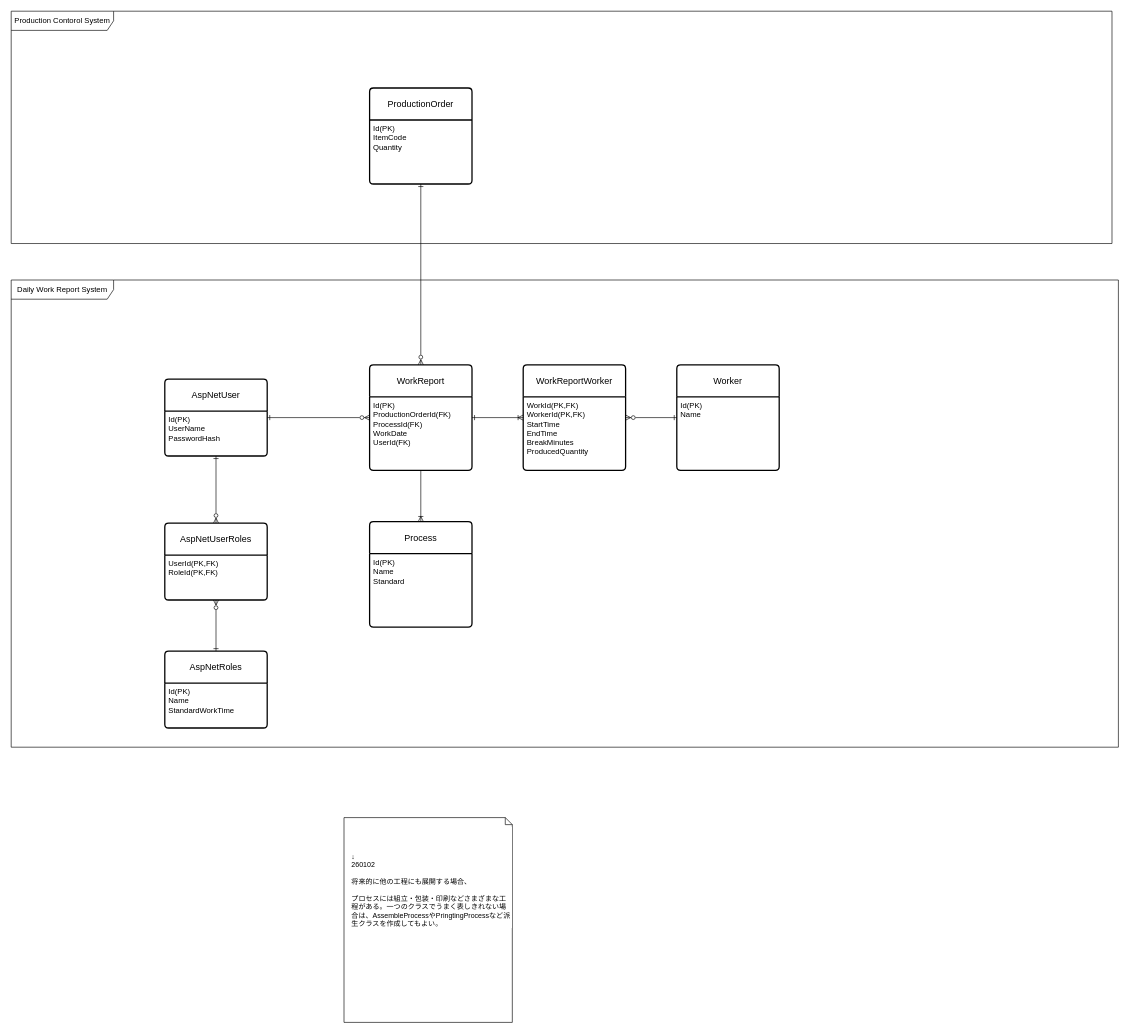
Earlier version of the draw.io diagram docs/er.drawio (junyatanak/work-report-system). Source tidied: cells renumbered, new cells numbered last; positions are measured from the earlier drawing's top-left corner, leaving out a move shared by most shapes. Both pictures are drawn from the tidied source at 64%, with x=0, y=0 at pixel (11, 11).
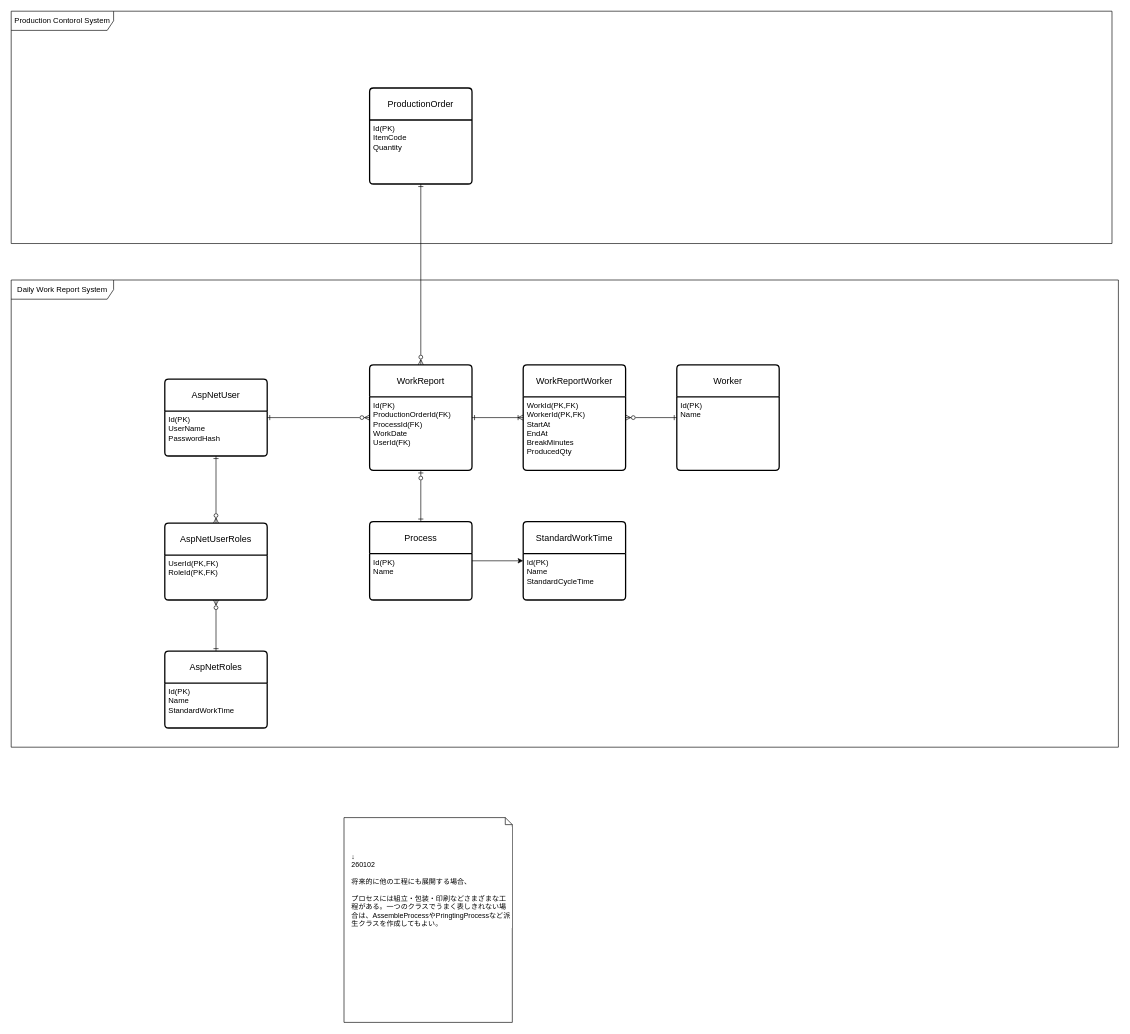
The same diagram, later.

Commit message (it also covers changes not shown here):
editing er diagram and revising Entity Classes

Unchanged cells that the change refers to:
```xml
<mxCell id="2" value="Daily Work Report System" style="shape=umlFrame;whiteSpace=wrap;html=1;width=160;" parent="1" vertex="1">
  <mxGeometry y="420" width="1730" height="730" as="geometry" />
</mxCell>
<mxCell id="14" value="WorkReport" style="swimlane;horizontal=1;startSize=50;rounded=1;fontSize=14;fontStyle=0;strokeWidth=2;shadow=0;dashed=0;align=center;arcSize=4;whiteSpace=wrap;html=1;" parent="2" vertex="1">
  <mxGeometry x="560" y="132.5" width="160" height="165" as="geometry" />
</mxCell>
<mxCell id="17" value="WorkReportWorker" style="swimlane;horizontal=1;startSize=50;rounded=1;fontSize=14;fontStyle=0;strokeWidth=2;shadow=0;dashed=0;align=center;arcSize=4;whiteSpace=wrap;html=1;" parent="2" vertex="1">
  <mxGeometry x="800" y="132.5" width="160" height="165" as="geometry" />
</mxCell>
```

Diff of the diagram source:
```diff
@@
-    <mxCell id="13" style="edgeStyle=none;shape=connector;rounded=1;html=1;strokeColor=default;align=center;verticalAlign=middle;fontFamily=Helvetica;fontSize=11;fontColor=default;labelBackgroundColor=default;endArrow=ERoneToMany;endFill=0;" parent="2" edge="1" source="14" target="21">
+    <mxCell id="13" style="edgeStyle=none;shape=connector;rounded=1;html=1;strokeColor=default;align=center;verticalAlign=middle;fontFamily=Helvetica;fontSize=11;fontColor=default;labelBackgroundColor=default;endArrow=ERone;endFill=0;startArrow=ERzeroToOne;startFill=0;" parent="2" edge="1" source="14" target="21">
       <mxGeometry relative="1" as="geometry" />
     </mxCell>
@@
-    <mxCell id="18" value="WorkId(PK,FK)&lt;div&gt;&lt;font color=&quot;#000000&quot;&gt;WorkerId(PK,FK)&lt;/font&gt;&lt;/div&gt;&lt;div&gt;&lt;font color=&quot;#000000&quot;&gt;StartTime&lt;/font&gt;&lt;/div&gt;&lt;div&gt;&lt;font color=&quot;#000000&quot;&gt;EndTime&lt;/font&gt;&lt;/div&gt;&lt;div&gt;&lt;font color=&quot;#000000&quot;&gt;BreakMinutes&lt;/font&gt;&lt;/div&gt;&lt;div&gt;&lt;font color=&quot;#000000&quot;&gt;ProducedQuantity&lt;/font&gt;&lt;/div&gt;" style="align=left;strokeColor=none;fillColor=none;spacingLeft=4;fontSize=12;verticalAlign=top;html=1;" parent="17" vertex="1">
+    <mxCell id="18" value="WorkId(PK,FK)&lt;div&gt;&lt;font color=&quot;#000000&quot;&gt;WorkerId(PK,FK)&lt;/font&gt;&lt;/div&gt;&lt;div&gt;&lt;font color=&quot;#000000&quot;&gt;StartAt&lt;/font&gt;&lt;/div&gt;&lt;div&gt;&lt;font color=&quot;#000000&quot;&gt;EndAt&lt;/font&gt;&lt;/div&gt;&lt;div&gt;&lt;font color=&quot;#000000&quot;&gt;BreakMinutes&lt;/font&gt;&lt;/div&gt;&lt;div&gt;&lt;font color=&quot;#000000&quot;&gt;ProducedQty&lt;/font&gt;&lt;/div&gt;" style="align=left;strokeColor=none;fillColor=none;spacingLeft=4;fontSize=12;verticalAlign=top;html=1;" parent="17" vertex="1">
       <mxGeometry y="50" width="160" height="115" as="geometry" />
     </mxCell>
@@
+    <mxCell id="28" style="edgeStyle=none;html=1;" parent="2" edge="1" source="21" target="29">
+      <mxGeometry relative="1" as="geometry" />
+    </mxCell>
     <mxCell id="21" value="Process" style="swimlane;horizontal=1;startSize=50;rounded=1;fontSize=14;fontStyle=0;strokeWidth=2;shadow=0;dashed=0;align=center;arcSize=4;whiteSpace=wrap;html=1;" parent="2" vertex="1">
-      <mxGeometry x="560" y="377.5" width="160" height="165" as="geometry" />
+      <mxGeometry x="560" y="377.5" width="160" height="122.5" as="geometry" />
     </mxCell>
-    <mxCell id="22" value="Id(PK)&lt;div&gt;&lt;font color=&quot;#000000&quot;&gt;Name&lt;/font&gt;&lt;/div&gt;&lt;div&gt;&lt;font color=&quot;#000000&quot;&gt;Standard&lt;/font&gt;&lt;/div&gt;" style="align=left;strokeColor=none;fillColor=none;spacingLeft=4;fontSize=12;verticalAlign=top;html=1;" parent="21" vertex="1">
-      <mxGeometry y="50" width="160" height="115" as="geometry" />
+    <mxCell id="22" value="Id(PK)&lt;div&gt;&lt;font color=&quot;#000000&quot;&gt;Name&lt;/font&gt;&lt;/div&gt;" style="align=left;strokeColor=none;fillColor=none;spacingLeft=4;fontSize=12;verticalAlign=top;html=1;" parent="21" vertex="1">
+      <mxGeometry y="50" width="160" height="72.5" as="geometry" />
     </mxCell>
+    <mxCell id="29" value="StandardWorkTime" style="swimlane;horizontal=1;startSize=50;rounded=1;fontSize=14;fontStyle=0;strokeWidth=2;shadow=0;dashed=0;align=center;arcSize=4;whiteSpace=wrap;html=1;" parent="2" vertex="1">
+      <mxGeometry x="800" y="377.5" width="160" height="122.5" as="geometry" />
+    </mxCell>
+    <mxCell id="30" value="Id(PK)&lt;div&gt;&lt;font color=&quot;#000000&quot;&gt;Name&lt;/font&gt;&lt;/div&gt;&lt;div&gt;&lt;font color=&quot;#000000&quot;&gt;StandardCycleTime&lt;/font&gt;&lt;/div&gt;" style="align=left;strokeColor=none;fillColor=none;spacingLeft=4;fontSize=12;verticalAlign=top;html=1;" parent="29" vertex="1">
+      <mxGeometry y="50" width="160" height="72.5" as="geometry" />
+    </mxCell>
```
